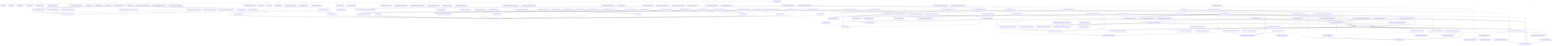
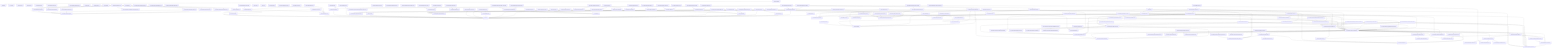
graph TD
  package__ankhorage_studio["@ankhorage/studio"]
  entrypoint_src_index_ts["src/index.ts"]
  package__ankhorage_studio --> entrypoint_src_index_ts
  module_knip_config_ts["knip.config.ts"]
  package__ankhorage_studio -.-> module_knip_config_ts
  module_paradox_config_ts["paradox.config.ts"]
  package__ankhorage_studio -.-> module_paradox_config_ts
  module_src_app_index_ts["src/app/index.ts"]
  package__ankhorage_studio -.-> module_src_app_index_ts
  module_src_app_StudioApp_tsx["src/app/StudioApp.tsx"]
  package__ankhorage_studio -.-> module_src_app_StudioApp_tsx
  module_src_app_StudioDashboard_tsx["src/app/StudioDashboard.tsx"]
  package__ankhorage_studio -.-> module_src_app_StudioDashboard_tsx
  module_src_app_StudioDashboard_tsx --> module_src_hooks_useProjects_ts
  module_src_app_StudioDashboard_tsx --> module_src_hooks_useTemplateSummaries_ts
  module_src_app_StudioDashboard_tsx --> module_src_modules_dashboard_platform_ts
  module_src_app_StudioDashboard_tsx --> module_src_modules_dashboard_search_ts
  module_src_app_StudioDashboard_tsx --> module_src_modules_dashboard_templates_ts
  module_src_app_StudioDashboard_tsx --> module_src_modules_dashboard_types_ts
  module_src_app_StudioDashboard_tsx --> module_src_modules_dashboard_ui_DashboardSectionHeader_tsx
  module_src_app_StudioDashboard_tsx --> module_src_modules_dashboard_ui_ProjectCard_tsx
  module_src_app_StudioDashboard_tsx --> module_src_modules_dashboard_ui_TemplateCard_tsx
  module_src_authFlowContract_test_ts["src/authFlowContract.test.ts"]
  package__ankhorage_studio -.-> module_src_authFlowContract_test_ts
  module_src_authSettings_test_ts["src/authSettings.test.ts"]
  package__ankhorage_studio -.-> module_src_authSettings_test_ts
  module_src_authSettings_test_ts --> module_src_authSettings_ts
  module_src_authSettings_ts["src/authSettings.ts"]
  package__ankhorage_studio -.-> module_src_authSettings_ts
  module_src_canvasDragModel_public_test_ts["src/canvasDragModel.public.test.ts"]
  package__ankhorage_studio -.-> module_src_canvasDragModel_public_test_ts
  module_src_canvasDragModel_public_test_ts --> module_src_canvasDragModel_ts
  module_src_canvasDragModel_public_test_ts --> module_src_canvasDropZones_ts
  module_src_canvasDragModel_test_ts["src/canvasDragModel.test.ts"]
  package__ankhorage_studio -.-> module_src_canvasDragModel_test_ts
  module_src_canvasDragModel_test_ts --> module_src_canvasDragModel_ts
  module_src_canvasDragModel_test_ts --> module_src_canvasDropZones_ts
  module_src_canvasDragModel_ts["src/canvasDragModel.ts"]
  package__ankhorage_studio -.-> module_src_canvasDragModel_ts
  module_src_canvasDragModel_ts --> module_src_canvasDropZones_ts
  module_src_canvasDragModel_ts --> module_src_index_ts
  module_src_canvasDropZones_test_ts["src/canvasDropZones.test.ts"]
  package__ankhorage_studio -.-> module_src_canvasDropZones_test_ts
  module_src_canvasDropZones_test_ts --> module_src_canvasDropZones_ts
  module_src_canvasDropZones_test_ts --> module_src_index_ts
  module_src_canvasDropZones_ts["src/canvasDropZones.ts"]
  package__ankhorage_studio -.-> module_src_canvasDropZones_ts
  module_src_canvasDropZones_ts --> module_src_index_ts
  module_src_cli_index_ts["src/cli/index.ts"]
  package__ankhorage_studio -.-> module_src_cli_index_ts
  module_src_cli_index_ts --> module_src_host_createStudioHost_ts
  module_src_cli_index_ts --> module_src_host_http_server_ts
  module_src_cli_index_ts --> module_src_host_templateRegistry_index_ts
  module_src_cli_index_ts --> module_src_host_utils_workspaceRoot_ts
  module_src_core_constants_ts["src/core/constants.ts"]
  package__ankhorage_studio -.-> module_src_core_constants_ts
  module_src_core_StudioContext_ts["src/core/StudioContext.ts"]
  package__ankhorage_studio -.-> module_src_core_StudioContext_ts
  module_src_core_StudioContext_ts --> module_src_index_ts
  module_src_core_studioPackageBoundary_ts["src/core/studioPackageBoundary.ts"]
  package__ankhorage_studio -.-> module_src_core_studioPackageBoundary_ts
  module_src_core_StudioProvider_ts["src/core/StudioProvider.ts"]
  package__ankhorage_studio -.-> module_src_core_StudioProvider_ts
  module_src_core_StudioProvider_ts --> module_src_core_StudioContext_ts
  module_src_core_StudioProvider_ts --> module_src_index_ts
  module_src_dnd_index_ts["src/dnd/index.ts"]
  package__ankhorage_studio -.-> module_src_dnd_index_ts
  module_src_dnd_primitives_ts["src/dnd/primitives.ts"]
  package__ankhorage_studio -.-> module_src_dnd_primitives_ts
  module_src_dnd_state_ts["src/dnd/state.ts"]
  package__ankhorage_studio -.-> module_src_dnd_state_ts
  module_src_hooks_useProjects_ts["src/hooks/useProjects.ts"]
  package__ankhorage_studio -.-> module_src_hooks_useProjects_ts
  module_src_hooks_useProjects_ts --> module_src_core_constants_ts
  module_src_hooks_useTemplateSummaries_ts["src/hooks/useTemplateSummaries.ts"]
  package__ankhorage_studio -.-> module_src_hooks_useTemplateSummaries_ts
  module_src_hooks_useTemplateSummaries_ts --> module_src_core_constants_ts
  module_src_hooks_useTemplateSummaries_ts --> module_src_modules_dashboard_types_ts
  module_src_host_auth_projectAuthHealthService_ts["src/host/auth/projectAuthHealthService.ts"]
  package__ankhorage_studio -.-> module_src_host_auth_projectAuthHealthService_ts
  module_src_host_auth_projectAuthHealthService_ts --> module_src_host_orchestrator_projectManager_ts
  module_src_host_auth_projectAuthHealthService_ts --> module_src_host_secrets_projectSecretService_ts
  module_src_host_auth_projectAuthHealthService_ts --> module_src_projectAuthHealth_ts
  module_src_host_auth_projectAuthService_test_ts["src/host/auth/projectAuthService.test.ts"]
  package__ankhorage_studio -.-> module_src_host_auth_projectAuthService_test_ts
  module_src_host_auth_projectAuthService_test_ts --> module_src_host_auth_projectAuthService_ts
  module_src_host_auth_projectAuthService_ts["src/host/auth/projectAuthService.ts"]
  package__ankhorage_studio -.-> module_src_host_auth_projectAuthService_ts
  module_src_host_auth_projectAuthService_ts --> module_src_authSettings_ts
  module_src_host_auth_projectAuthService_ts --> module_src_host_orchestrator_projectManager_ts
  module_src_host_createStudioHost_ts["src/host/createStudioHost.ts"]
  package__ankhorage_studio -.-> module_src_host_createStudioHost_ts
  module_src_host_createStudioHost_ts --> module_src_host_orchestrator_infraRuntime_ts
  module_src_host_createStudioHost_ts --> module_src_host_orchestrator_moduleManager_ts
  module_src_host_createStudioHost_ts --> module_src_host_orchestrator_projectManager_ts
  module_src_host_generatedAuthAdapterRuntime_smoke_test_ts["src/host/generatedAuthAdapterRuntime.smoke.test.ts"]
  package__ankhorage_studio -.-> module_src_host_generatedAuthAdapterRuntime_smoke_test_ts
  module_src_host_generatedAuthAdapterRuntime_smoke_test_ts --> module_src_host_orchestrator_moduleManager_ts
  module_src_host_generatedAuthAdapterRuntime_smoke_test_ts --> module_src_host_orchestrator_projectManager_ts
  module_src_host_generatedAuthAdapterRuntime_smoke_test_ts --> module_src_host_templateRegistry_index_ts
  module_src_host_hostLifecycle_smoke_test_ts["src/host/hostLifecycle.smoke.test.ts"]
  package__ankhorage_studio -.-> module_src_host_hostLifecycle_smoke_test_ts
  module_src_host_hostLifecycle_smoke_test_ts --> module_src_host_orchestrator_moduleManager_ts
  module_src_host_hostLifecycle_smoke_test_ts --> module_src_host_orchestrator_projectManager_ts
  module_src_host_hostLifecycle_smoke_test_ts --> module_src_host_templateRegistry_index_ts
  module_src_host_hostOwnership_test_ts["src/host/hostOwnership.test.ts"]
  package__ankhorage_studio -.-> module_src_host_hostOwnership_test_ts
  module_src_host_hostOwnership_test_ts --> module_src_host_http_security_ts
  module_src_host_hostOwnership_test_ts --> module_src_host_orchestrator_projectPaths_ts
  module_src_host_hostOwnership_test_ts --> module_src_host_utils_workspaceRoot_ts
  module_src_host_http_authRoutes_ts["src/host/http/authRoutes.ts"]
  package__ankhorage_studio -.-> module_src_host_http_authRoutes_ts
  module_src_host_http_authRoutes_ts --> module_src_host_auth_projectAuthHealthService_ts
  module_src_host_http_authRoutes_ts --> module_src_host_auth_projectAuthService_ts
  module_src_host_http_authRoutes_ts --> module_src_host_orchestrator_projectManager_ts
  module_src_host_http_authRoutes_ts --> module_src_host_secrets_projectSecretService_ts
  module_src_host_http_secretRoutes_ts["src/host/http/secretRoutes.ts"]
  package__ankhorage_studio -.-> module_src_host_http_secretRoutes_ts
  module_src_host_http_secretRoutes_ts --> module_src_host_orchestrator_projectManager_ts
  module_src_host_http_secretRoutes_ts --> module_src_host_secrets_projectSecretService_ts
  module_src_host_http_security_ts["src/host/http/security.ts"]
  package__ankhorage_studio -.-> module_src_host_http_security_ts
  module_src_host_http_server_ts["src/host/http/server.ts"]
  package__ankhorage_studio -.-> module_src_host_http_server_ts
  module_src_host_http_server_ts --> module_src_host_http_security_ts
  module_src_host_http_server_ts --> module_src_host_orchestrator_infraRuntime_ts
  module_src_host_http_server_ts --> module_src_host_orchestrator_moduleManager_ts
  module_src_host_http_server_ts --> module_src_host_orchestrator_projectManager_ts
  module_src_host_http_server_ts --> module_src_host_orchestrator_resolveMutations_ts
-   module_src_host_http_server_ts --> module_src_host_secrets_trustedOAuthInfraEnvironment_ts
+   module_src_host_http_server_ts --> module_src_host_orchestrator_studioInfraUp_ts
  module_src_host_http_server_ts --> module_src_host_templateRegistry_index_ts
  module_src_host_http_server_ts --> module_src_host_utils_trimOutput_ts
  module_src_host_http_server_ts --> module_src_host_utils_workspaceRoot_ts
  module_src_host_http_serverWithSecrets_ts["src/host/http/serverWithSecrets.ts"]
  package__ankhorage_studio -.-> module_src_host_http_serverWithSecrets_ts
  module_src_host_http_serverWithSecrets_ts --> module_src_host_http_authRoutes_ts
  module_src_host_http_serverWithSecrets_ts --> module_src_host_http_secretRoutes_ts
  module_src_host_http_serverWithSecrets_ts --> module_src_host_http_server_ts
  module_src_host_http_serverWithSecrets_ts --> module_src_host_orchestrator_moduleManager_ts
  module_src_host_http_serverWithSecrets_ts --> module_src_host_orchestrator_projectManager_ts
  module_src_host_http_serverWithSecrets_ts --> module_src_host_utils_workspaceRoot_ts
  module_src_host_http_standalone_ts["src/host/http/standalone.ts"]
  package__ankhorage_studio -.-> module_src_host_http_standalone_ts
  module_src_host_http_standalone_ts --> module_src_host_http_serverWithSecrets_ts
  module_src_host_index_ts["src/host/index.ts"]
  package__ankhorage_studio -.-> module_src_host_index_ts
  module_src_host_layout_auth_resolveAuthLayoutPlan_test_ts["src/host/layout/auth/resolveAuthLayoutPlan.test.ts"]
  package__ankhorage_studio -.-> module_src_host_layout_auth_resolveAuthLayoutPlan_test_ts
  module_src_host_layout_auth_resolveAuthLayoutPlan_test_ts --> module_src_host_layout_auth_resolveAuthLayoutPlan_ts
  module_src_host_layout_auth_resolveAuthLayoutPlan_ts["src/host/layout/auth/resolveAuthLayoutPlan.ts"]
  package__ankhorage_studio -.-> module_src_host_layout_auth_resolveAuthLayoutPlan_ts
  module_src_host_layout_layoutGenerator_test_ts["src/host/layout/layoutGenerator.test.ts"]
  package__ankhorage_studio -.-> module_src_host_layout_layoutGenerator_test_ts
  module_src_host_layout_layoutGenerator_test_ts --> module_src_host_layout_layoutGenerator_ts
  module_src_host_layout_layoutGenerator_ts["src/host/layout/layoutGenerator.ts"]
  package__ankhorage_studio -.-> module_src_host_layout_layoutGenerator_ts
  module_src_host_layout_layoutGenerator_ts --> module_src_host_layout_auth_resolveAuthLayoutPlan_ts
  module_src_host_layout_layoutGenerator_ts --> module_src_host_layout_templates_index_ts
  module_src_host_layout_layoutGenerator_ts --> module_src_host_modules_layout_ts
  module_src_host_layout_templates_auth_adapter_ts["src/host/layout/templates/auth/adapter.ts"]
  package__ankhorage_studio -.-> module_src_host_layout_templates_auth_adapter_ts
  module_src_host_layout_templates_auth_callback_ts["src/host/layout/templates/auth/callback.ts"]
  package__ankhorage_studio -.-> module_src_host_layout_templates_auth_callback_ts
  module_src_host_layout_templates_auth_callback_ts --> module_src_host_layout_templates_utils_routes_ts
  module_src_host_layout_templates_auth_callback_ts --> module_src_host_layout_utils_escapeStringLiteral_ts
  module_src_host_layout_templates_auth_oauth_ts["src/host/layout/templates/auth/oauth.ts"]
  package__ankhorage_studio -.-> module_src_host_layout_templates_auth_oauth_ts
  module_src_host_layout_templates_auth_oauth_ts --> module_src_host_layout_auth_resolveAuthLayoutPlan_ts
  module_src_host_layout_templates_auth_oauth_ts --> module_src_host_layout_utils_escapeStringLiteral_ts
  module_src_host_layout_templates_auth_screen_ts["src/host/layout/templates/auth/screen.ts"]
  package__ankhorage_studio -.-> module_src_host_layout_templates_auth_screen_ts
  module_src_host_layout_templates_auth_screen_ts --> module_src_host_layout_auth_resolveAuthLayoutPlan_ts
  module_src_host_layout_templates_auth_screen_ts --> module_src_host_layout_templates_utils_routes_ts
  module_src_host_layout_templates_auth_screen_ts --> module_src_host_layout_templates_utils_strings_ts
  module_src_host_layout_templates_auth_screen_ts --> module_src_host_layout_utils_escapeStringLiteral_ts
  module_src_host_layout_templates_auth_session_ts["src/host/layout/templates/auth/session.ts"]
  package__ankhorage_studio -.-> module_src_host_layout_templates_auth_session_ts
  module_src_host_layout_templates_auth_signOut_ts["src/host/layout/templates/auth/signOut.ts"]
  package__ankhorage_studio -.-> module_src_host_layout_templates_auth_signOut_ts
  module_src_host_layout_templates_index_ts["src/host/layout/templates/index.ts"]
  package__ankhorage_studio -.-> module_src_host_layout_templates_index_ts
  module_src_host_layout_templates_navigation_ts["src/host/layout/templates/navigation.ts"]
  package__ankhorage_studio -.-> module_src_host_layout_templates_navigation_ts
  module_src_host_layout_templates_navigation_ts --> module_src_host_layout_utils_escapeStringLiteral_ts
  module_src_host_layout_templates_nestedLayout_ts["src/host/layout/templates/nestedLayout.ts"]
  package__ankhorage_studio -.-> module_src_host_layout_templates_nestedLayout_ts
  module_src_host_layout_templates_nestedLayout_ts --> module_src_host_layout_templates_navigation_ts
  module_src_host_layout_templates_nestedLayout_ts --> module_src_host_layout_templates_utils_strings_ts
  module_src_host_layout_templates_redirect_ts["src/host/layout/templates/redirect.ts"]
  package__ankhorage_studio -.-> module_src_host_layout_templates_redirect_ts
  module_src_host_layout_templates_redirect_ts --> module_src_host_layout_utils_escapeStringLiteral_ts
  module_src_host_layout_templates_rootLayout_test_ts["src/host/layout/templates/rootLayout.test.ts"]
  package__ankhorage_studio -.-> module_src_host_layout_templates_rootLayout_test_ts
  module_src_host_layout_templates_rootLayout_test_ts --> module_src_host_layout_templates_rootLayout_ts
  module_src_host_layout_templates_rootLayout_ts["src/host/layout/templates/rootLayout.ts"]
  package__ankhorage_studio -.-> module_src_host_layout_templates_rootLayout_ts
  module_src_host_layout_templates_rootLayout_ts --> module_src_host_layout_templates_navigation_ts
  module_src_host_layout_templates_rootLayout_ts --> module_src_host_layout_templates_utils_routes_ts
  module_src_host_layout_templates_rootLayout_ts --> module_src_host_layout_utils_escapeStringLiteral_ts
  module_src_host_layout_templates_rootLayout_ts --> module_src_host_modules_layout_ts
  module_src_host_layout_templates_screen_ts["src/host/layout/templates/screen.ts"]
  package__ankhorage_studio -.-> module_src_host_layout_templates_screen_ts
  module_src_host_layout_templates_screen_ts --> module_src_host_layout_templates_utils_strings_ts
  module_src_host_layout_templates_screen_ts --> module_src_host_layout_utils_escapeStringLiteral_ts
  module_src_host_layout_templates_utils_routes_ts["src/host/layout/templates/utils/routes.ts"]
  package__ankhorage_studio -.-> module_src_host_layout_templates_utils_routes_ts
  module_src_host_layout_templates_utils_strings_ts["src/host/layout/templates/utils/strings.ts"]
  package__ankhorage_studio -.-> module_src_host_layout_templates_utils_strings_ts
  module_src_host_layout_utils_escapeStringLiteral_ts["src/host/layout/utils/escapeStringLiteral.ts"]
  package__ankhorage_studio -.-> module_src_host_layout_utils_escapeStringLiteral_ts
  module_src_host_manifestSystem_auth_index_ts["src/host/manifestSystem/auth/index.ts"]
  package__ankhorage_studio -.-> module_src_host_manifestSystem_auth_index_ts
  module_src_host_manifestSystem_auth_shared_global_auth_system_tpl_ts["src/host/manifestSystem/auth/shared/global.auth.system.tpl.ts"]
  package__ankhorage_studio -.-> module_src_host_manifestSystem_auth_shared_global_auth_system_tpl_ts
  module_src_host_manifestSystem_auth_shared_index_ts["src/host/manifestSystem/auth/shared/index.ts"]
  package__ankhorage_studio -.-> module_src_host_manifestSystem_auth_shared_index_ts
  module_src_host_manifestSystem_auth_shared_index_ts --> module_src_host_manifestSystem_auth_shared_global_auth_system_tpl_ts
  module_src_host_manifestSystem_auth_shared_index_ts --> module_src_host_manifestSystem_types_ts
  module_src_host_manifestSystem_index_ts["src/host/manifestSystem/index.ts"]
  package__ankhorage_studio -.-> module_src_host_manifestSystem_index_ts
  module_src_host_manifestSystem_index_ts --> module_src_host_manifestSystem_auth_index_ts
  module_src_host_manifestSystem_index_ts --> module_src_host_manifestSystem_types_ts
  module_src_host_manifestSystem_index_ts --> module_src_host_utils_requirementsInference_ts
  module_src_host_manifestSystem_types_ts["src/host/manifestSystem/types.ts"]
  package__ankhorage_studio -.-> module_src_host_manifestSystem_types_ts
  module_src_host_modules_catalog_ts["src/host/modules/catalog.ts"]
  package__ankhorage_studio -.-> module_src_host_modules_catalog_ts
  module_src_host_modules_catalog_ts --> module_src_host_modules_layout_ts
  module_src_host_modules_layout_ts["src/host/modules/layout.ts"]
  package__ankhorage_studio -.-> module_src_host_modules_layout_ts
  module_src_host_modules_runtime_LocalFsTargetAdapter_ts["src/host/modules/runtime/LocalFsTargetAdapter.ts"]
  package__ankhorage_studio -.-> module_src_host_modules_runtime_LocalFsTargetAdapter_ts
  module_src_host_oauthFixtureConsumer_smoke_test_ts["src/host/oauthFixtureConsumer.smoke.test.ts"]
  package__ankhorage_studio -.-> module_src_host_oauthFixtureConsumer_smoke_test_ts
  module_src_host_oauthFixtureConsumer_smoke_test_ts --> module_src_host_orchestrator_moduleManager_ts
  module_src_host_oauthFixtureConsumer_smoke_test_ts --> module_src_host_orchestrator_projectManager_ts
  module_src_host_oauthFixtureConsumer_smoke_test_ts --> module_src_host_templateRegistry_index_ts
  module_src_host_orchestrator_generatedAppFiles_ts["src/host/orchestrator/generatedAppFiles.ts"]
  package__ankhorage_studio -.-> module_src_host_orchestrator_generatedAppFiles_ts
  module_src_host_orchestrator_generatedAppFiles_ts --> module_src_host_zoraExtensions_index_ts
  module_src_host_orchestrator_generatedRouteCleanup_ts["src/host/orchestrator/generatedRouteCleanup.ts"]
  package__ankhorage_studio -.-> module_src_host_orchestrator_generatedRouteCleanup_ts
  module_src_host_orchestrator_infraGenerator_ts["src/host/orchestrator/infraGenerator.ts"]
  package__ankhorage_studio -.-> module_src_host_orchestrator_infraGenerator_ts
  module_src_host_orchestrator_infraGenerator_ts --> module_src_host_orchestrator_infraValidation_ts
  module_src_host_orchestrator_infraRuntime_test_ts["src/host/orchestrator/infraRuntime.test.ts"]
  package__ankhorage_studio -.-> module_src_host_orchestrator_infraRuntime_test_ts
  module_src_host_orchestrator_infraRuntime_test_ts --> module_src_host_orchestrator_infraRuntime_ts
  module_src_host_orchestrator_infraRuntime_ts["src/host/orchestrator/infraRuntime.ts"]
  package__ankhorage_studio -.-> module_src_host_orchestrator_infraRuntime_ts
  module_src_host_orchestrator_infraRuntime_ts --> module_src_host_orchestrator_projectPaths_ts
  module_src_host_orchestrator_infraValidation_ts["src/host/orchestrator/infraValidation.ts"]
  package__ankhorage_studio -.-> module_src_host_orchestrator_infraValidation_ts
  module_src_host_orchestrator_moduleManager_ts["src/host/orchestrator/moduleManager.ts"]
  package__ankhorage_studio -.-> module_src_host_orchestrator_moduleManager_ts
  module_src_host_orchestrator_moduleManager_ts --> module_src_host_modules_catalog_ts
  module_src_host_orchestrator_moduleManager_ts --> module_src_host_modules_runtime_LocalFsTargetAdapter_ts
  module_src_host_orchestrator_moduleManager_ts --> module_src_host_orchestrator_projectManager_ts
  module_src_host_orchestrator_moduleManager_ts --> module_src_host_orchestrator_resolveMutations_ts
  module_src_host_orchestrator_projectDeletion_test_ts["src/host/orchestrator/projectDeletion.test.ts"]
  package__ankhorage_studio -.-> module_src_host_orchestrator_projectDeletion_test_ts
  module_src_host_orchestrator_projectDeletion_test_ts --> module_src_host_orchestrator_projectDeletion_ts
  module_src_host_orchestrator_projectDeletion_ts["src/host/orchestrator/projectDeletion.ts"]
  package__ankhorage_studio -.-> module_src_host_orchestrator_projectDeletion_ts
  module_src_host_orchestrator_projectManager_ts["src/host/orchestrator/projectManager.ts"]
  package__ankhorage_studio -.-> module_src_host_orchestrator_projectManager_ts
  module_src_host_orchestrator_projectManager_ts --> module_src_host_layout_layoutGenerator_ts
  module_src_host_orchestrator_projectManager_ts --> module_src_host_manifestSystem_index_ts
  module_src_host_orchestrator_projectManager_ts --> module_src_host_modules_layout_ts
  module_src_host_orchestrator_projectManager_ts --> module_src_host_orchestrator_generatedRouteCleanup_ts
  module_src_host_orchestrator_projectManager_ts --> module_src_host_orchestrator_infraGenerator_ts
  module_src_host_orchestrator_projectManager_ts --> module_src_host_orchestrator_infraRuntime_ts
  module_src_host_orchestrator_projectManager_ts --> module_src_host_orchestrator_projectDeletion_ts
  module_src_host_orchestrator_projectManager_ts --> module_src_host_orchestrator_projectPaths_ts
  module_src_host_orchestrator_projectManager_ts --> module_src_host_orchestrator_projectStore_ts
  module_src_host_orchestrator_projectManager_ts --> module_src_host_orchestrator_resolveMutations_ts
  module_src_host_orchestrator_projectManager_ts --> module_src_host_orchestrator_scaffolder_ts
  module_src_host_orchestrator_projectManager_ts --> module_src_host_orchestrator_templates_ts
  module_src_host_orchestrator_projectManager_ts --> module_src_host_orchestrator_workspaceRuntime_ts
  module_src_host_orchestrator_projectManager_ts --> module_src_host_templateRegistry_index_ts
  module_src_host_orchestrator_projectManager_ts --> module_src_host_zoraExtensions_index_ts
  module_src_host_orchestrator_projectManagerDeletion_test_ts["src/host/orchestrator/projectManagerDeletion.test.ts"]
  package__ankhorage_studio -.-> module_src_host_orchestrator_projectManagerDeletion_test_ts
  module_src_host_orchestrator_projectManagerDeletion_test_ts --> module_src_host_orchestrator_projectManager_ts
  module_src_host_orchestrator_projectPaths_ts["src/host/orchestrator/projectPaths.ts"]
  package__ankhorage_studio -.-> module_src_host_orchestrator_projectPaths_ts
  module_src_host_orchestrator_projectStore_ts["src/host/orchestrator/projectStore.ts"]
  package__ankhorage_studio -.-> module_src_host_orchestrator_projectStore_ts
  module_src_host_orchestrator_projectStore_ts --> module_src_host_orchestrator_projectPaths_ts
  module_src_host_orchestrator_resolveMutations_ts["src/host/orchestrator/resolveMutations.ts"]
  package__ankhorage_studio -.-> module_src_host_orchestrator_resolveMutations_ts
  module_src_host_orchestrator_resolveMutations_ts --> module_src_host_modules_catalog_ts
  module_src_host_orchestrator_resolveMutations_ts --> module_src_host_modules_layout_ts
  module_src_host_orchestrator_scaffolder_ts["src/host/orchestrator/scaffolder.ts"]
  package__ankhorage_studio -.-> module_src_host_orchestrator_scaffolder_ts
  module_src_host_orchestrator_scaffolder_ts --> module_src_host_manifestSystem_index_ts
  module_src_host_orchestrator_scaffolder_ts --> module_src_host_orchestrator_generatedAppFiles_ts
  module_src_host_orchestrator_scaffolder_ts --> module_src_host_orchestrator_templates_ts
  module_src_host_orchestrator_scaffolder_ts --> module_src_host_templateRegistry_index_ts
  module_src_host_orchestrator_scaffolder_ts --> module_src_host_zoraExtensions_index_ts
+   module_src_host_orchestrator_studioInfraUp_ts["src/host/orchestrator/studioInfraUp.ts"]
+   package__ankhorage_studio -.-> module_src_host_orchestrator_studioInfraUp_ts
+   module_src_host_orchestrator_studioInfraUp_ts --> module_src_host_orchestrator_infraRuntime_ts
+   module_src_host_orchestrator_studioInfraUp_ts --> module_src_host_orchestrator_projectManager_ts
+   module_src_host_orchestrator_studioInfraUp_ts --> module_src_host_secrets_trustedOAuthInfraEnvironment_ts
  module_src_host_orchestrator_templates_test_ts["src/host/orchestrator/templates.test.ts"]
  package__ankhorage_studio -.-> module_src_host_orchestrator_templates_test_ts
  module_src_host_orchestrator_templates_test_ts --> module_src_host_orchestrator_templates_ts
  module_src_host_orchestrator_templates_ts["src/host/orchestrator/templates.ts"]
  package__ankhorage_studio -.-> module_src_host_orchestrator_templates_ts
  module_src_host_orchestrator_workspaceRuntime_ts["src/host/orchestrator/workspaceRuntime.ts"]
  package__ankhorage_studio -.-> module_src_host_orchestrator_workspaceRuntime_ts
  module_src_host_secrets_bunSupabaseVaultClient_ts["src/host/secrets/bunSupabaseVaultClient.ts"]
  package__ankhorage_studio -.-> module_src_host_secrets_bunSupabaseVaultClient_ts
  module_src_host_secrets_projectSecretService_test_ts["src/host/secrets/projectSecretService.test.ts"]
  package__ankhorage_studio -.-> module_src_host_secrets_projectSecretService_test_ts
  module_src_host_secrets_projectSecretService_test_ts --> module_src_host_secrets_projectSecretService_ts
  module_src_host_secrets_projectSecretService_ts["src/host/secrets/projectSecretService.ts"]
  package__ankhorage_studio -.-> module_src_host_secrets_projectSecretService_ts
  module_src_host_secrets_projectSecretService_ts --> module_src_host_orchestrator_projectManager_ts
  module_src_host_secrets_projectSecretService_ts --> module_src_host_orchestrator_projectPaths_ts
  module_src_host_secrets_projectSecretService_ts --> module_src_host_secrets_bunSupabaseVaultClient_ts
  module_src_host_secrets_projectSecretService_ts --> module_src_host_secrets_resolveProjectSecretDatabaseUrl_ts
  module_src_host_secrets_projectSecretService_ts --> module_src_projectSecretUsage_ts
  module_src_host_secrets_resolveProjectSecretDatabaseUrl_test_ts["src/host/secrets/resolveProjectSecretDatabaseUrl.test.ts"]
  package__ankhorage_studio -.-> module_src_host_secrets_resolveProjectSecretDatabaseUrl_test_ts
  module_src_host_secrets_resolveProjectSecretDatabaseUrl_test_ts --> module_src_host_secrets_resolveProjectSecretDatabaseUrl_ts
  module_src_host_secrets_resolveProjectSecretDatabaseUrl_ts["src/host/secrets/resolveProjectSecretDatabaseUrl.ts"]
  package__ankhorage_studio -.-> module_src_host_secrets_resolveProjectSecretDatabaseUrl_ts
  module_src_host_secrets_trustedOAuthInfraEnvironment_test_ts["src/host/secrets/trustedOAuthInfraEnvironment.test.ts"]
  package__ankhorage_studio -.-> module_src_host_secrets_trustedOAuthInfraEnvironment_test_ts
  module_src_host_secrets_trustedOAuthInfraEnvironment_test_ts --> module_src_host_secrets_trustedOAuthInfraEnvironment_ts
  module_src_host_secrets_trustedOAuthInfraEnvironment_ts["src/host/secrets/trustedOAuthInfraEnvironment.ts"]
  package__ankhorage_studio -.-> module_src_host_secrets_trustedOAuthInfraEnvironment_ts
  module_src_host_secrets_trustedOAuthInfraEnvironment_ts --> module_src_host_orchestrator_projectManager_ts
  module_src_host_secrets_trustedOAuthInfraEnvironment_ts --> module_src_host_secrets_projectSecretService_ts
  module_src_host_studioInfra_e2e_test_ts["src/host/studioInfra.e2e.test.ts"]
  package__ankhorage_studio -.-> module_src_host_studioInfra_e2e_test_ts
  module_src_host_studioInfra_e2e_test_ts --> module_src_host_orchestrator_infraRuntime_ts
  module_src_host_studioInfra_e2e_test_ts --> module_src_host_orchestrator_projectManager_ts
+   module_src_host_studioInfra_e2e_test_ts --> module_src_host_orchestrator_studioInfraUp_ts
  module_src_host_studioInfra_e2e_test_ts --> module_src_host_secrets_trustedOAuthInfraEnvironment_ts
  module_src_host_templateRegistry_index_ts["src/host/templateRegistry/index.ts"]
  package__ankhorage_studio -.-> module_src_host_templateRegistry_index_ts
  module_src_host_utils_requirementsInference_ts["src/host/utils/requirementsInference.ts"]
  package__ankhorage_studio -.-> module_src_host_utils_requirementsInference_ts
  module_src_host_utils_trimOutput_ts["src/host/utils/trimOutput.ts"]
  package__ankhorage_studio -.-> module_src_host_utils_trimOutput_ts
  module_src_host_utils_workspaceRoot_ts["src/host/utils/workspaceRoot.ts"]
  package__ankhorage_studio -.-> module_src_host_utils_workspaceRoot_ts
  module_src_host_zoraExtensions_index_ts["src/host/zoraExtensions/index.ts"]
  package__ankhorage_studio -.-> module_src_host_zoraExtensions_index_ts
  module_src_host_zoraExtensions_index_ts --> module_src_host_templateRegistry_index_ts
  module_src_index_test_ts["src/index.test.ts"]
  package__ankhorage_studio -.-> module_src_index_test_ts
  module_src_index_test_ts --> module_src_index_ts
  module_src_index_ts["src/index.ts"]
  module_src_insertModalModel_public_test_ts["src/insertModalModel.public.test.ts"]
  package__ankhorage_studio -.-> module_src_insertModalModel_public_test_ts
  module_src_insertModalModel_public_test_ts --> module_src_index_ts
  module_src_insertModalModel_public_test_ts --> module_src_insertModalModel_ts
  module_src_insertModalModel_test_ts["src/insertModalModel.test.ts"]
  package__ankhorage_studio -.-> module_src_insertModalModel_test_ts
  module_src_insertModalModel_test_ts --> module_src_index_ts
  module_src_insertModalModel_test_ts --> module_src_insertModalModel_ts
  module_src_insertModalModel_ts["src/insertModalModel.ts"]
  package__ankhorage_studio -.-> module_src_insertModalModel_ts
  module_src_insertModalModel_ts --> module_src_index_ts
  module_src_localizationConfig_public_test_ts["src/localizationConfig.public.test.ts"]
  package__ankhorage_studio -.-> module_src_localizationConfig_public_test_ts
  module_src_localizationConfig_public_test_ts --> module_src_localizationConfig_ts
  module_src_localizationConfig_test_ts["src/localizationConfig.test.ts"]
  package__ankhorage_studio -.-> module_src_localizationConfig_test_ts
  module_src_localizationConfig_test_ts --> module_src_localizationConfig_ts
  module_src_localizationConfig_ts["src/localizationConfig.ts"]
  package__ankhorage_studio -.-> module_src_localizationConfig_ts
  module_src_localizationPanelModel_test_ts["src/localizationPanelModel.test.ts"]
  package__ankhorage_studio -.-> module_src_localizationPanelModel_test_ts
  module_src_localizationPanelModel_test_ts --> module_src_localizationPanelModel_ts
  module_src_localizationPanelModel_ts["src/localizationPanelModel.ts"]
  package__ankhorage_studio -.-> module_src_localizationPanelModel_ts
  module_src_manifestNavigatorPreviewModel_public_test_ts["src/manifestNavigatorPreviewModel.public.test.ts"]
  package__ankhorage_studio -.-> module_src_manifestNavigatorPreviewModel_public_test_ts
  module_src_manifestNavigatorPreviewModel_public_test_ts --> module_src_manifestNavigatorPreviewModel_ts
  module_src_manifestNavigatorPreviewModel_test_ts["src/manifestNavigatorPreviewModel.test.ts"]
  package__ankhorage_studio -.-> module_src_manifestNavigatorPreviewModel_test_ts
  module_src_manifestNavigatorPreviewModel_test_ts --> module_src_manifestNavigatorPreviewModel_ts
  module_src_manifestNavigatorPreviewModel_ts["src/manifestNavigatorPreviewModel.ts"]
  package__ankhorage_studio -.-> module_src_manifestNavigatorPreviewModel_ts
  module_src_manifestNavigatorPreviewModel_ts --> module_src_routeUtils_ts
  module_src_manifestState_public_test_ts["src/manifestState.public.test.ts"]
  package__ankhorage_studio -.-> module_src_manifestState_public_test_ts
  module_src_manifestState_public_test_ts --> module_src_index_ts
  module_src_manifestState_public_test_ts --> module_src_manifestState_ts
  module_src_manifestState_routes_test_ts["src/manifestState.routes.test.ts"]
  package__ankhorage_studio -.-> module_src_manifestState_routes_test_ts
  module_src_manifestState_routes_test_ts --> module_src_index_ts
  module_src_manifestState_routes_test_ts --> module_src_manifestState_ts
  module_src_manifestState_test_ts["src/manifestState.test.ts"]
  package__ankhorage_studio -.-> module_src_manifestState_test_ts
  module_src_manifestState_test_ts --> module_src_index_ts
  module_src_manifestState_test_ts --> module_src_manifestState_ts
  module_src_manifestState_ts["src/manifestState.ts"]
  package__ankhorage_studio -.-> module_src_manifestState_ts
  module_src_manifestState_ts --> module_src_index_ts
  module_src_manifestSync_test_ts["src/manifestSync.test.ts"]
  package__ankhorage_studio -.-> module_src_manifestSync_test_ts
  module_src_manifestSync_test_ts --> module_src_index_ts
  module_src_manifestSync_test_ts --> module_src_manifestSync_ts
  module_src_manifestSync_ts["src/manifestSync.ts"]
  package__ankhorage_studio -.-> module_src_manifestSync_ts
  module_src_manifestSync_ts --> module_src_index_ts
  module_src_modules_dashboard_platform_ts["src/modules/dashboard/platform.ts"]
  package__ankhorage_studio -.-> module_src_modules_dashboard_platform_ts
  module_src_modules_dashboard_search_ts["src/modules/dashboard/search.ts"]
  package__ankhorage_studio -.-> module_src_modules_dashboard_search_ts
  module_src_modules_dashboard_search_ts --> module_src_modules_dashboard_types_ts
  module_src_modules_dashboard_templates_ts["src/modules/dashboard/templates.ts"]
  package__ankhorage_studio -.-> module_src_modules_dashboard_templates_ts
  module_src_modules_dashboard_templates_ts --> module_src_modules_dashboard_types_ts
  module_src_modules_dashboard_types_ts["src/modules/dashboard/types.ts"]
  package__ankhorage_studio -.-> module_src_modules_dashboard_types_ts
  module_src_modules_dashboard_ui_DashboardSectionHeader_tsx["src/modules/dashboard/ui/DashboardSectionHeader.tsx"]
  package__ankhorage_studio -.-> module_src_modules_dashboard_ui_DashboardSectionHeader_tsx
  module_src_modules_dashboard_ui_ProjectCard_tsx["src/modules/dashboard/ui/ProjectCard.tsx"]
  package__ankhorage_studio -.-> module_src_modules_dashboard_ui_ProjectCard_tsx
  module_src_modules_dashboard_ui_ProjectCard_tsx --> module_src_modules_dashboard_types_ts
  module_src_modules_dashboard_ui_TemplateCard_tsx["src/modules/dashboard/ui/TemplateCard.tsx"]
  package__ankhorage_studio -.-> module_src_modules_dashboard_ui_TemplateCard_tsx
  module_src_modules_dashboard_ui_TemplateCard_tsx --> module_src_modules_dashboard_types_ts
  module_src_projectAuthApi_test_ts["src/projectAuthApi.test.ts"]
  package__ankhorage_studio -.-> module_src_projectAuthApi_test_ts
  module_src_projectAuthApi_test_ts --> module_src_authSettings_ts
  module_src_projectAuthApi_test_ts --> module_src_projectAuthApi_ts
  module_src_projectAuthApi_ts["src/projectAuthApi.ts"]
  package__ankhorage_studio -.-> module_src_projectAuthApi_ts
  module_src_projectAuthApi_ts --> module_src_authSettings_ts
  module_src_projectAuthApi_ts --> module_src_projectAuthHealth_ts
  module_src_projectAuthApi_ts --> module_src_secretResponseGuard_ts
  module_src_projectAuthHealth_test_ts["src/projectAuthHealth.test.ts"]
  package__ankhorage_studio -.-> module_src_projectAuthHealth_test_ts
  module_src_projectAuthHealth_test_ts --> module_src_projectAuthHealth_ts
  module_src_projectAuthHealth_ts["src/projectAuthHealth.ts"]
  package__ankhorage_studio -.-> module_src_projectAuthHealth_ts
  module_src_projectAuthHealth_ts --> module_src_authSettings_ts
  module_src_projectSecretApi_test_ts["src/projectSecretApi.test.ts"]
  package__ankhorage_studio -.-> module_src_projectSecretApi_test_ts
  module_src_projectSecretApi_test_ts --> module_src_projectSecretApi_ts
  module_src_projectSecretApi_ts["src/projectSecretApi.ts"]
  package__ankhorage_studio -.-> module_src_projectSecretApi_ts
  module_src_projectSecretApi_ts --> module_src_projectSecretUsage_ts
  module_src_projectSecretApi_ts --> module_src_secretResponseGuard_ts
  module_src_projectSecretUsage_test_ts["src/projectSecretUsage.test.ts"]
  package__ankhorage_studio -.-> module_src_projectSecretUsage_test_ts
  module_src_projectSecretUsage_test_ts --> module_src_projectSecretUsage_ts
  module_src_projectSecretUsage_ts["src/projectSecretUsage.ts"]
  package__ankhorage_studio -.-> module_src_projectSecretUsage_ts
  module_src_root_test_ts["src/root.test.ts"]
  package__ankhorage_studio -.-> module_src_root_test_ts
  module_src_root_ts["src/root.ts"]
  package__ankhorage_studio -.-> module_src_root_ts
  module_src_routeUtils_public_test_ts["src/routeUtils.public.test.ts"]
  package__ankhorage_studio -.-> module_src_routeUtils_public_test_ts
  module_src_routeUtils_public_test_ts --> module_src_routeUtils_ts
  module_src_routeUtils_test_ts["src/routeUtils.test.ts"]
  package__ankhorage_studio -.-> module_src_routeUtils_test_ts
  module_src_routeUtils_test_ts --> module_src_routeUtils_ts
  module_src_routeUtils_ts["src/routeUtils.ts"]
  package__ankhorage_studio -.-> module_src_routeUtils_ts
  module_src_runtime_actionSuppression_ts["src/runtime/actionSuppression.ts"]
  package__ankhorage_studio -.-> module_src_runtime_actionSuppression_ts
  module_src_runtime_appExtensionRegistry_ts["src/runtime/appExtensionRegistry.ts"]
  package__ankhorage_studio -.-> module_src_runtime_appExtensionRegistry_ts
  module_src_runtime_index_ts["src/runtime/index.ts"]
  package__ankhorage_studio -.-> module_src_runtime_index_ts
  module_src_runtime_localizationPreview_ts["src/runtime/localizationPreview.ts"]
  package__ankhorage_studio -.-> module_src_runtime_localizationPreview_ts
  module_src_runtime_overlay_test_ts["src/runtime/overlay.test.ts"]
  package__ankhorage_studio -.-> module_src_runtime_overlay_test_ts
  module_src_runtime_previewRegistry_ts["src/runtime/previewRegistry.ts"]
  package__ankhorage_studio -.-> module_src_runtime_previewRegistry_ts
  module_src_runtime_previewRuntimeConfig_ts["src/runtime/previewRuntimeConfig.ts"]
  package__ankhorage_studio -.-> module_src_runtime_previewRuntimeConfig_ts
  module_src_runtime_previewRuntimeConfig_ts --> module_src_runtime_actionSuppression_ts
  module_src_runtime_previewRuntimeConfig_ts --> module_src_runtime_previewRegistry_ts
  module_src_runtime_registry_tsx["src/runtime/registry.tsx"]
  package__ankhorage_studio -.-> module_src_runtime_registry_tsx
  module_src_runtime_registry_tsx --> module_src_runtime_appExtensionRegistry_ts
  module_src_runtime_runtimeActions_ts["src/runtime/runtimeActions.ts"]
  package__ankhorage_studio -.-> module_src_runtime_runtimeActions_ts
  module_src_runtime_useRuntimeAction_ts["src/runtime/useRuntimeAction.ts"]
  package__ankhorage_studio -.-> module_src_runtime_useRuntimeAction_ts
  module_src_runtime_useRuntimeAction_ts --> module_src_runtime_runtimeActions_ts
  module_src_runtimeDiagnosticsModel_test_ts["src/runtimeDiagnosticsModel.test.ts"]
  package__ankhorage_studio -.-> module_src_runtimeDiagnosticsModel_test_ts
  module_src_runtimeDiagnosticsModel_test_ts --> module_src_runtimeDiagnosticsModel_ts
  module_src_runtimeDiagnosticsModel_ts["src/runtimeDiagnosticsModel.ts"]
  package__ankhorage_studio -.-> module_src_runtimeDiagnosticsModel_ts
  module_src_runtimeLocalization_public_test_ts["src/runtimeLocalization.public.test.ts"]
  package__ankhorage_studio -.-> module_src_runtimeLocalization_public_test_ts
  module_src_runtimeLocalization_public_test_ts --> module_src_runtimeLocalization_ts
  module_src_runtimeLocalization_test_ts["src/runtimeLocalization.test.ts"]
  package__ankhorage_studio -.-> module_src_runtimeLocalization_test_ts
  module_src_runtimeLocalization_test_ts --> module_src_runtimeLocalization_ts
  module_src_runtimeLocalization_ts["src/runtimeLocalization.ts"]
  package__ankhorage_studio -.-> module_src_runtimeLocalization_ts
  module_src_secretResponseGuard_test_ts["src/secretResponseGuard.test.ts"]
  package__ankhorage_studio -.-> module_src_secretResponseGuard_test_ts
  module_src_secretResponseGuard_test_ts --> module_src_secretResponseGuard_ts
  module_src_secretResponseGuard_ts["src/secretResponseGuard.ts"]
  package__ankhorage_studio -.-> module_src_secretResponseGuard_ts
  module_src_studioAdminRouteModel_test_ts["src/studioAdminRouteModel.test.ts"]
  package__ankhorage_studio -.-> module_src_studioAdminRouteModel_test_ts
  module_src_studioAdminRouteModel_test_ts --> module_src_studioAdminRouteModel_ts
  module_src_studioAdminRouteModel_ts["src/studioAdminRouteModel.ts"]
  package__ankhorage_studio -.-> module_src_studioAdminRouteModel_ts
  module_src_studioAdminRouteModel_ts --> module_src_index_ts
  module_src_studioSelectionModel_knip_test_ts["src/studioSelectionModel.knip.test.ts"]
  package__ankhorage_studio -.-> module_src_studioSelectionModel_knip_test_ts
  module_src_studioSelectionModel_knip_test_ts --> module_src_studioSelectionModel_ts
  module_src_studioSelectionModel_test_ts["src/studioSelectionModel.test.ts"]
  package__ankhorage_studio -.-> module_src_studioSelectionModel_test_ts
  module_src_studioSelectionModel_test_ts --> module_src_studioSelectionModel_ts
  module_src_studioSelectionModel_ts["src/studioSelectionModel.ts"]
  package__ankhorage_studio -.-> module_src_studioSelectionModel_ts
  module_src_ui_AnkhStudio_ts["src/ui/AnkhStudio.ts"]
  package__ankhorage_studio -.-> module_src_ui_AnkhStudio_ts
  module_src_ui_AnkhStudio_ts --> module_src_core_StudioContext_ts
  module_src_ui_StudioAdminOverlay_test_ts["src/ui/StudioAdminOverlay.test.ts"]
  package__ankhorage_studio -.-> module_src_ui_StudioAdminOverlay_test_ts
  module_src_ui_StudioAdminOverlay_tsx["src/ui/StudioAdminOverlay.tsx"]
  package__ankhorage_studio -.-> module_src_ui_StudioAdminOverlay_tsx
  module_src_ui_StudioAdminOverlay_tsx --> module_src_projectSecretApi_ts
  module_src_ui_StudioAdminOverlay_tsx --> module_src_projectSecretUsage_ts
  module_src_ui_StudioAuthSettingsOverlay_test_ts["src/ui/StudioAuthSettingsOverlay.test.ts"]
  package__ankhorage_studio -.-> module_src_ui_StudioAuthSettingsOverlay_test_ts
  module_src_ui_StudioAuthSettingsOverlay_tsx["src/ui/StudioAuthSettingsOverlay.tsx"]
  package__ankhorage_studio -.-> module_src_ui_StudioAuthSettingsOverlay_tsx
  module_src_ui_StudioAuthSettingsOverlay_tsx --> module_src_authSettings_ts
  module_src_ui_StudioAuthSettingsOverlay_tsx --> module_src_projectAuthApi_ts
  module_src_ui_StudioAuthSettingsOverlay_tsx --> module_src_projectAuthHealth_ts
  module_src_ui_StudioAuthSettingsOverlay_tsx --> module_src_projectSecretApi_ts
  module_src_ui_useStudioAppBarAugmentation_test_ts["src/ui/useStudioAppBarAugmentation.test.ts"]
  package__ankhorage_studio -.-> module_src_ui_useStudioAppBarAugmentation_test_ts
  module_src_ui_useStudioAppBarAugmentation_ts["src/ui/useStudioAppBarAugmentation.ts"]
  package__ankhorage_studio -.-> module_src_ui_useStudioAppBarAugmentation_ts
  module_src_ui_useStudioAppBarAugmentation_ts --> module_src_core_StudioContext_ts
  module_src_ui_useStudioAppBarAugmentation_ts --> module_src_studioAdminRouteModel_ts
  module_src_ui_useStudioAppBarAugmentation_ts --> module_src_ui_StudioAdminOverlay_tsx
  module_src_ui_useStudioAppBarAugmentation_ts --> module_src_ui_StudioAuthSettingsOverlay_tsx
  module_src_utils_treeUtils_ts["src/utils/treeUtils.ts"]
  package__ankhorage_studio -.-> module_src_utils_treeUtils_ts
  module_src_utils_treeUtils_ts --> module_src_index_ts
